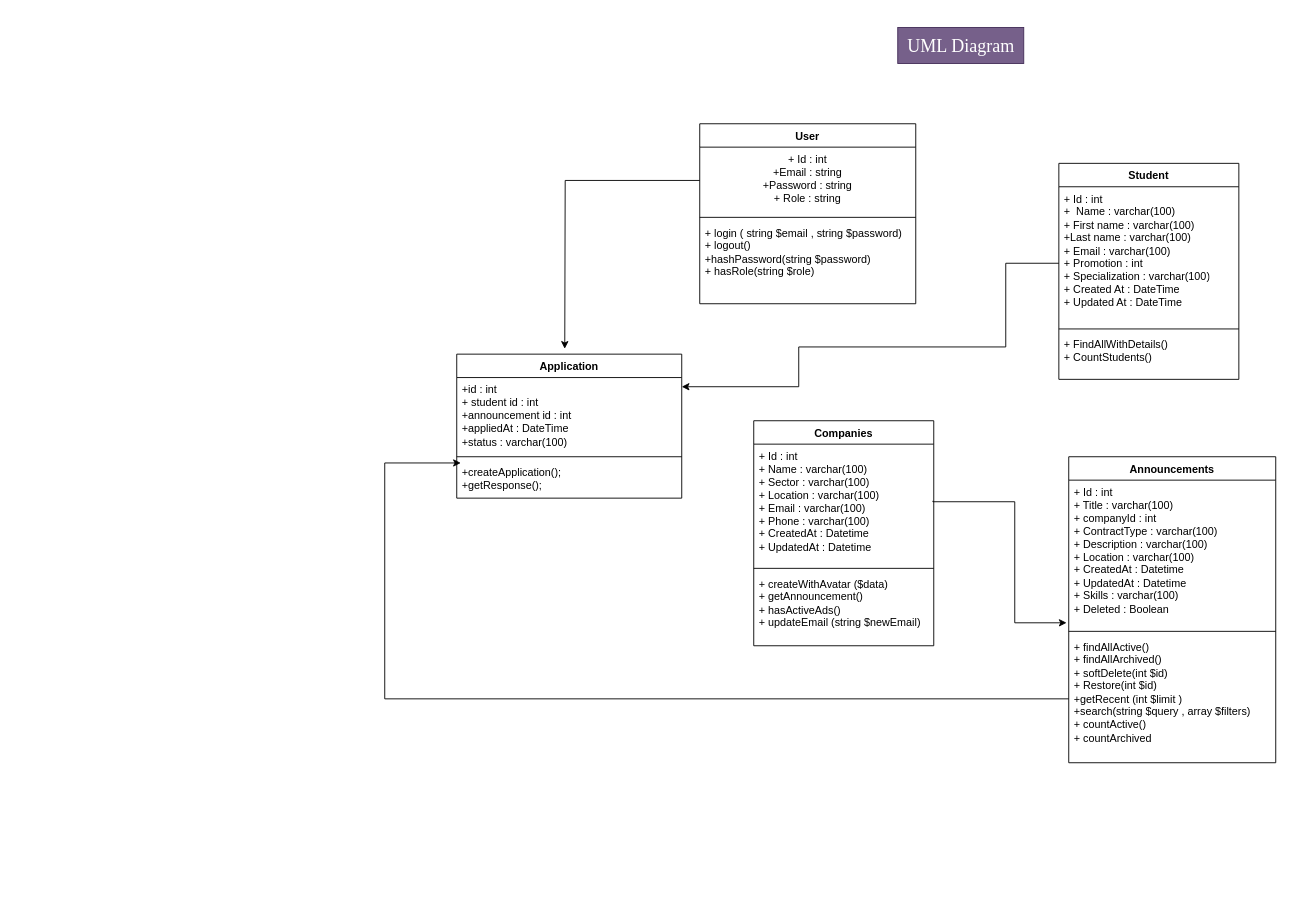
Above: public/assets/umlDiagram.drawio in aboutuil41-glitch/Job-Dating (draw.io), before the change. Source tidied: cells renumbered, new cells numbered last; positions are measured from the earlier drawing's top-left corner, leaving out a move shared by most shapes. Both pictures are drawn from the tidied source at 90%, with x=0, y=0 at pixel (384, 27).
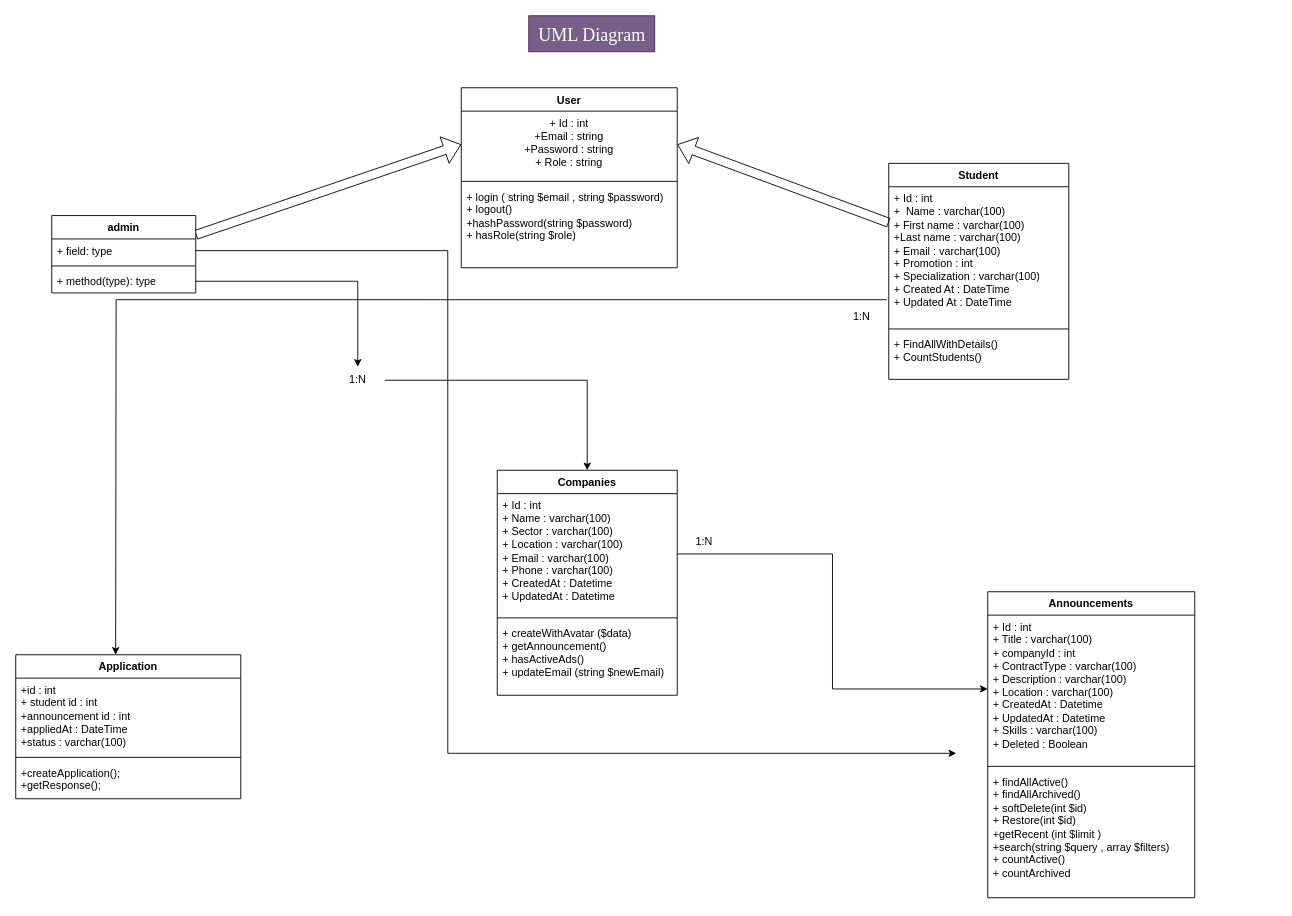
The same page after the edit.

Commit message (it also covers changes not shown here):
la diagramme UML

The change refers to these unchanged cells:
```xml
<mxCell id="5" value="+ Id : int&lt;br&gt;+Email : string&lt;br&gt;+Password : string&lt;br&gt;+ Role : string" style="text;strokeColor=none;fillColor=none;align=center;verticalAlign=top;spacingLeft=4;spacingRight=4;overflow=hidden;points=[[0,0.5],[1,0.5]];portConstraint=eastwest;whiteSpace=wrap;html=1;" parent="3" vertex="1">
  <mxGeometry y="26" width="240" height="74" as="geometry" />
</mxCell>
<mxCell id="9" value="+ Id : int&lt;br&gt;+&amp;nbsp; Name : varchar(100)&lt;br&gt;+ First name : varchar(100)&lt;br&gt;+Last name : varchar(100)&lt;br&gt;+ Email : varchar(100)&lt;br&gt;+ Promotion : int&amp;nbsp;&lt;br&gt;+ Specialization : varchar(100)&lt;br&gt;+ Created At : DateTime&lt;br&gt;+ Updated At : DateTime&amp;nbsp;" style="text;strokeColor=none;fillColor=none;align=left;verticalAlign=top;spacingLeft=4;spacingRight=4;overflow=hidden;points=[[0,0.5],[1,0.5]];portConstraint=eastwest;whiteSpace=wrap;html=1;" parent="8" vertex="1">
  <mxGeometry y="26" width="200" height="154" as="geometry" />
</mxCell>
<mxCell id="13" value="+ Id : int&amp;nbsp;&lt;br style=&quot;border-color: rgb(218, 220, 224);&quot;&gt;+ Name : varchar(100)&lt;br style=&quot;border-color: rgb(218, 220, 224);&quot;&gt;+ Sector : varchar(100)&lt;br style=&quot;border-color: rgb(218, 220, 224);&quot;&gt;+ Location : varchar(100)&lt;br style=&quot;border-color: rgb(218, 220, 224);&quot;&gt;+ Email : varchar(100)&lt;br style=&quot;border-color: rgb(218, 220, 224);&quot;&gt;+ Phone : varchar(100)&lt;br style=&quot;border-color: rgb(218, 220, 224);&quot;&gt;+ CreatedAt : Datetime&lt;br style=&quot;border-color: rgb(218, 220, 224);&quot;&gt;+ UpdatedAt : Datetime&amp;nbsp;" style="text;strokeColor=none;fillColor=none;align=left;verticalAlign=top;spacingLeft=4;spacingRight=4;overflow=hidden;points=[[0,0.5],[1,0.5]];portConstraint=eastwest;whiteSpace=wrap;html=1;" parent="12" vertex="1">
  <mxGeometry y="26" width="200" height="134" as="geometry" />
</mxCell>
<mxCell id="17" value="+ Id : int&amp;nbsp;&lt;br style=&quot;border-color: rgb(218, 220, 224);&quot;&gt;+ Title : varchar(100)&lt;br style=&quot;border-color: rgb(218, 220, 224);&quot;&gt;+ companyId : int&lt;br style=&quot;border-color: rgb(218, 220, 224);&quot;&gt;+ ContractType : varchar(100)&lt;br style=&quot;border-color: rgb(218, 220, 224);&quot;&gt;+ Description : varchar(100)&lt;br style=&quot;border-color: rgb(218, 220, 224);&quot;&gt;+ Location : varchar(100)&lt;br style=&quot;border-color: rgb(218, 220, 224);&quot;&gt;+ CreatedAt : Datetime&lt;br style=&quot;border-color: rgb(218, 220, 224);&quot;&gt;+ UpdatedAt : Datetime&amp;nbsp;&lt;br&gt;+ Skills : varchar(100)&lt;br&gt;+ Deleted : Boolean" style="text;strokeColor=none;fillColor=none;align=left;verticalAlign=top;spacingLeft=4;spacingRight=4;overflow=hidden;points=[[0,0.5],[1,0.5]];portConstraint=eastwest;whiteSpace=wrap;html=1;" parent="16" vertex="1">
  <mxGeometry y="26" width="230" height="164" as="geometry" />
</mxCell>
<mxCell id="19" value="+ findAllActive()&lt;br&gt;+ findAllArchived()&lt;br&gt;+ softDelete(int $id)&lt;br&gt;+ Restore(int $id)&lt;br&gt;+getRecent (int $limit )&lt;br&gt;+search(string $query , array $filters)&lt;br&gt;+ countActive()&lt;br&gt;+ countArchived" style="text;strokeColor=none;fillColor=none;align=left;verticalAlign=top;spacingLeft=4;spacingRight=4;overflow=hidden;points=[[0,0.5],[1,0.5]];portConstraint=eastwest;whiteSpace=wrap;html=1;" parent="16" vertex="1">
  <mxGeometry y="198" width="230" height="142" as="geometry" />
</mxCell>
<mxCell id="24" value="+createApplication();&lt;br&gt;+getResponse();" style="text;strokeColor=none;fillColor=none;align=left;verticalAlign=top;spacingLeft=4;spacingRight=4;overflow=hidden;points=[[0,0.5],[1,0.5]];portConstraint=eastwest;whiteSpace=wrap;html=1;" parent="21" vertex="1">
  <mxGeometry y="118" width="250" height="42" as="geometry" />
</mxCell>
```

The edit, as a diff of the source:
```diff
@@
     <mxCell id="2" value="UML Diagram" style="text;html=1;align=center;verticalAlign=middle;strokeColor=#432D57;fillColor=#76608a;fontColor=#ffffff;fontSize=20;fontFamily=Times New Roman;" parent="1" vertex="1">
-      <mxGeometry x="570" width="140" height="40" as="geometry" />
+      <mxGeometry x="160" y="-13" width="140" height="40" as="geometry" />
     </mxCell>
     <mxCell id="3" value="User" style="swimlane;fontStyle=1;align=center;verticalAlign=top;horizontal=1;startSize=26;whiteSpace=wrap;html=1;" parent="1" vertex="1">
-      <mxGeometry x="350" y="107" width="240" height="200" as="geometry" />
+      <mxGeometry x="85" y="67" width="240" height="200" as="geometry" />
     </mxCell>
-    <mxCell id="4" style="edgeStyle=orthogonalEdgeStyle;rounded=0;jettySize=auto;html=1;" parent="3" edge="1" source="5">
-      <mxGeometry relative="1" as="geometry">
-        <mxPoint x="-150" y="250" as="targetPoint" />
-      </mxGeometry>
-    </mxCell>
@@
     <mxCell id="8" value="Student" style="swimlane;fontStyle=1;align=center;verticalAlign=top;horizontal=1;startSize=26;whiteSpace=wrap;html=1;" parent="1" vertex="1">
-      <mxGeometry x="749" y="151" width="200" height="240" as="geometry" />
+      <mxGeometry x="560" y="151" width="200" height="240" as="geometry" />
     </mxCell>
@@
     <mxCell id="12" value="Companies" style="swimlane;fontStyle=1;align=center;verticalAlign=top;horizontal=1;startSize=26;whiteSpace=wrap;html=1;" parent="1" vertex="1">
-      <mxGeometry x="410" y="437" width="200" height="250" as="geometry" />
+      <mxGeometry x="125" y="492" width="200" height="250" as="geometry" />
     </mxCell>
@@
     <mxCell id="16" value="Announcements" style="swimlane;fontStyle=1;align=center;verticalAlign=top;horizontal=1;startSize=26;whiteSpace=wrap;html=1;" parent="1" vertex="1">
-      <mxGeometry x="760" y="477" width="230" height="340" as="geometry" />
+      <mxGeometry x="670" y="627" width="230" height="340" as="geometry" />
     </mxCell>
@@
-    <mxCell id="20" style="edgeStyle=orthogonalEdgeStyle;rounded=0;orthogonalLoop=1;jettySize=auto;html=1;entryX=-0.006;entryY=0.808;entryDx=0;entryDy=0;entryPerimeter=0;" parent="1" edge="1">
-      <mxGeometry relative="1" as="geometry">
-        <mxPoint x="609" y="526" as="sourcePoint" />
-        <mxPoint x="757.6" y="661.5" as="targetPoint" />
-        <Array as="points">
-          <mxPoint x="700" y="527" />
-          <mxPoint x="700" y="661" />
-        </Array>
-      </mxGeometry>
-    </mxCell>
     <mxCell id="21" value="Application" style="swimlane;fontStyle=1;align=center;verticalAlign=top;horizontal=1;startSize=26;whiteSpace=wrap;html=1;" parent="1" vertex="1">
-      <mxGeometry x="80" y="363" width="250" height="160" as="geometry" />
+      <mxGeometry x="-410" y="697" width="250" height="160" as="geometry" />
     </mxCell>
@@
-    <mxCell id="25" style="edgeStyle=orthogonalEdgeStyle;rounded=0;orthogonalLoop=1;jettySize=auto;html=1;entryX=1;entryY=0.026;entryDx=0;entryDy=0;entryPerimeter=0;exitX=0;exitY=0.5;exitDx=0;exitDy=0;" parent="1" edge="1">
+    <mxCell id="25" style="edgeStyle=orthogonalEdgeStyle;rounded=0;jettySize=auto;html=1;exitX=-0.012;exitY=0.815;exitDx=0;exitDy=0;exitPerimeter=0;" parent="1" edge="1" source="9">
       <mxGeometry relative="1" as="geometry">
-        <mxPoint x="749" y="262" as="sourcePoint" />
-        <mxPoint x="330" y="399.2" as="targetPoint" />
-        <Array as="points">
-          <mxPoint x="690" y="262" />
-          <mxPoint x="690" y="355" />
-          <mxPoint x="460" y="355" />
-          <mxPoint x="460" y="399" />
-        </Array>
+        <mxPoint x="-299" y="697" as="targetPoint" />
       </mxGeometry>
     </mxCell>
-    <mxCell id="26" style="edgeStyle=orthogonalEdgeStyle;rounded=0;jettySize=auto;html=1;entryX=0.018;entryY=0.069;entryDx=0;entryDy=0;entryPerimeter=0;" parent="1" edge="1" source="19" target="24">
-      <mxGeometry relative="1" as="geometry">
-        <Array as="points">
-          <mxPoint y="746" />
-          <mxPoint y="484" />
-        </Array>
-      </mxGeometry>
-    </mxCell>
+    <mxCell id="27" style="rounded=0;jettySize=auto;html=1;exitX=1;exitY=0.25;exitDx=0;exitDy=0;entryX=0;entryY=0.5;entryDx=0;entryDy=0;shape=flexArrow;" parent="1" edge="1" source="28" target="5">
+      <mxGeometry relative="1" as="geometry" />
+    </mxCell>
+    <mxCell id="28" value="admin&lt;br&gt;" style="swimlane;fontStyle=1;align=center;verticalAlign=top;horizontal=1;startSize=26;whiteSpace=wrap;html=1;" parent="1" vertex="1">
+      <mxGeometry x="-370" y="209" width="160" height="86" as="geometry" />
+    </mxCell>
+    <mxCell id="29" value="+ field: type" style="text;strokeColor=none;fillColor=none;align=left;verticalAlign=top;spacingLeft=4;spacingRight=4;overflow=hidden;points=[[0,0.5],[1,0.5]];portConstraint=eastwest;whiteSpace=wrap;html=1;" parent="28" vertex="1">
+      <mxGeometry y="26" width="160" height="26" as="geometry" />
+    </mxCell>
+    <mxCell id="30" style="line;strokeWidth=1;fillColor=none;align=left;verticalAlign=middle;spacingTop=-1;spacingLeft=3;spacingRight=3;labelPosition=right;strokeColor=inherit;" parent="28" vertex="1">
+      <mxGeometry y="52" width="160" height="8" as="geometry" />
+    </mxCell>
+    <mxCell id="31" value="+ method(type): type" style="text;strokeColor=none;fillColor=none;align=left;verticalAlign=top;spacingLeft=4;spacingRight=4;overflow=hidden;points=[[0,0.5],[1,0.5]];portConstraint=eastwest;whiteSpace=wrap;html=1;" parent="28" vertex="1">
+      <mxGeometry y="60" width="160" height="26" as="geometry" />
+    </mxCell>
+    <mxCell id="32" style="rounded=0;jettySize=auto;html=1;entryX=1;entryY=0.5;entryDx=0;entryDy=0;shape=flexArrow;" parent="1" edge="1" source="9" target="5">
+      <mxGeometry relative="1" as="geometry" />
+    </mxCell>
+    <mxCell id="33" style="edgeStyle=orthogonalEdgeStyle;rounded=0;jettySize=auto;html=1;exitX=1;exitY=0.5;exitDx=0;exitDy=0;entryX=0.5;entryY=0;entryDx=0;entryDy=0;" parent="1" edge="1" source="39" target="12">
+      <mxGeometry relative="1" as="geometry" />
+    </mxCell>
+    <mxCell id="34" style="edgeStyle=elbowEdgeStyle;rounded=0;jettySize=auto;html=1;exitX=1;exitY=0.5;exitDx=0;exitDy=0;entryX=0.5;entryY=0;entryDx=0;entryDy=0;" parent="1" edge="1" source="29">
+      <mxGeometry relative="1" as="geometry">
+        <mxPoint x="635" y="806.5" as="targetPoint" />
+        <Array as="points">
+          <mxPoint x="70" y="417" />
+        </Array>
+      </mxGeometry>
+    </mxCell>
+    <mxCell id="35" style="edgeStyle=orthogonalEdgeStyle;rounded=0;jettySize=auto;html=1;" parent="1" edge="1" source="13" target="17">
+      <mxGeometry relative="1" as="geometry" />
+    </mxCell>
+    <mxCell id="36" value="1:N" style="text;strokeColor=none;align=center;fillColor=none;html=1;verticalAlign=middle;whiteSpace=wrap;rounded=0;" parent="1" vertex="1">
+      <mxGeometry x="325" y="557" width="60" height="30" as="geometry" />
+    </mxCell>
+    <mxCell id="37" value="1:N" style="text;strokeColor=none;align=center;fillColor=none;html=1;verticalAlign=middle;whiteSpace=wrap;rounded=0;" parent="1" vertex="1">
+      <mxGeometry x="500" y="307" width="60" height="30" as="geometry" />
+    </mxCell>
+    <mxCell id="38" style="edgeStyle=orthogonalEdgeStyle;rounded=0;jettySize=auto;html=1;exitX=1;exitY=0.5;exitDx=0;exitDy=0;entryX=0.5;entryY=0;entryDx=0;entryDy=0;" parent="1" edge="1" source="31" target="39">
+      <mxGeometry relative="1" as="geometry" />
+    </mxCell>
+    <mxCell id="39" value="1:N" style="text;strokeColor=none;align=center;fillColor=none;html=1;verticalAlign=middle;whiteSpace=wrap;rounded=0;" parent="1" vertex="1">
+      <mxGeometry x="-60" y="377" width="60" height="30" as="geometry" />
+    </mxCell>
```
